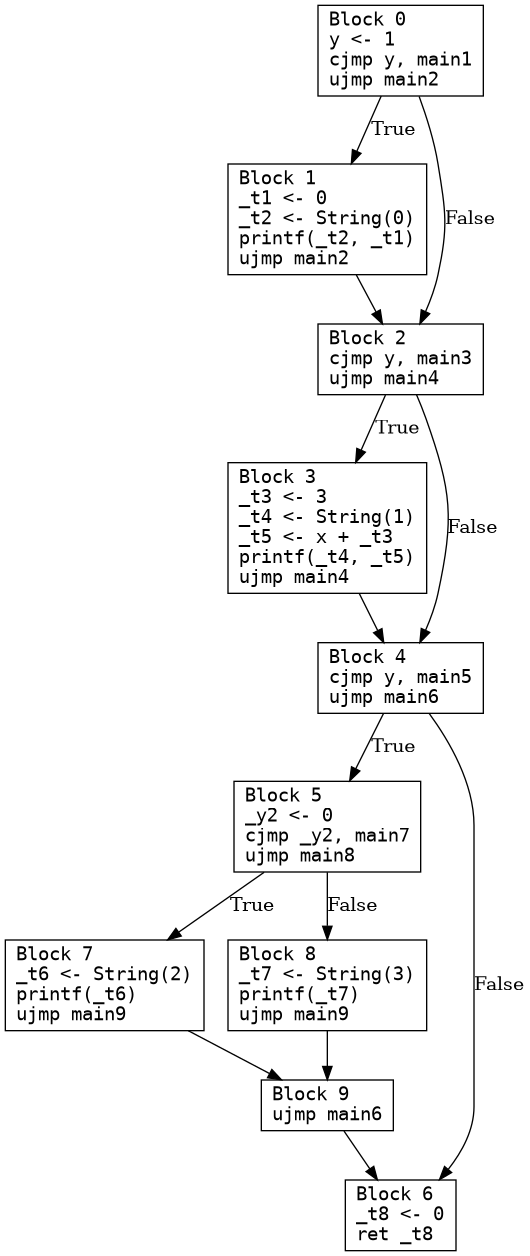
Before: main.png, a diagram exported from Graphviz (seanchuck/compiler-s25). Its source is kept beside it as main.dot.
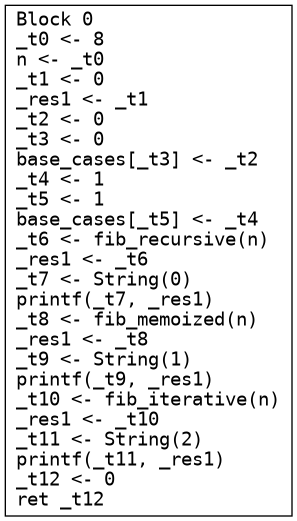
The same file after the commit.

Change to the diagram source:
```diff
@@ -1,26 +1,4 @@
 digraph CFG {
   node [shape=box fontname="monospace"];
-  0 [label="Block 0\ly <- 1\lcjmp y, main1\lujmp main2\l"];
-  1 [label="Block 1\l_t1 <- 0\l_t2 <- String(0)\lprintf(_t2, _t1)\lujmp main2\l"];
-  2 [label="Block 2\lcjmp y, main3\lujmp main4\l"];
-  3 [label="Block 3\l_t3 <- 3\l_t4 <- String(1)\l_t5 <- x + _t3\lprintf(_t4, _t5)\lujmp main4\l"];
-  4 [label="Block 4\lcjmp y, main5\lujmp main6\l"];
-  5 [label="Block 5\l_y2 <- 0\lcjmp _y2, main7\lujmp main8\l"];
-  6 [label="Block 6\l_t8 <- 0\lret _t8\l"];
-  7 [label="Block 7\l_t6 <- String(2)\lprintf(_t6)\lujmp main9\l"];
-  8 [label="Block 8\l_t7 <- String(3)\lprintf(_t7)\lujmp main9\l"];
-  9 [label="Block 9\lujmp main6\l"];
-  0 -> 1 [label="True"];
-  0 -> 2 [label="False"];
-  1 -> 2 [label=""];
-  2 -> 4 [label="False"];
-  2 -> 3 [label="True"];
-  3 -> 4 [label=""];
-  4 -> 5 [label="True"];
-  4 -> 6 [label="False"];
-  5 -> 7 [label="True"];
-  5 -> 8 [label="False"];
-  7 -> 9 [label=""];
-  8 -> 9 [label=""];
-  9 -> 6 [label=""];
+  0 [label="Block 0\l_t0 <- 8\ln <- _t0\l_t1 <- 0\l_res1 <- _t1\l_t2 <- 0\l_t3 <- 0\lbase_cases[_t3] <- _t2\l_t4 <- 1\l_t5 <- 1\lbase_cases[_t5] <- _t4\l_t6 <- fib_recursive(n)\l_res1 <- _t6\l_t7 <- String(0)\lprintf(_t7, _res1)\l_t8 <- fib_memoized(n)\l_res1 <- _t8\l_t9 <- String(1)\lprintf(_t9, _res1)\l_t10 <- fib_iterative(n)\l_res1 <- _t10\l_t11 <- String(2)\lprintf(_t11, _res1)\l_t12 <- 0\lret _t12\l"];
 }
```
